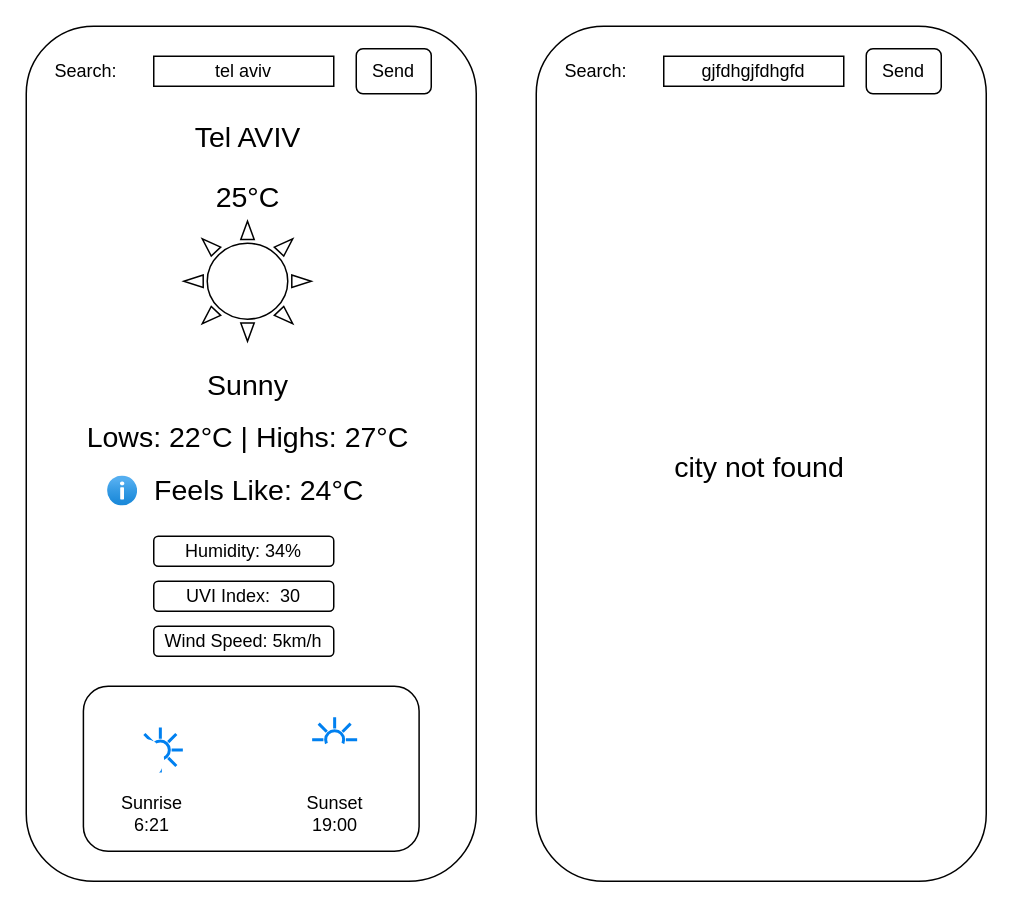
Gallucky/HackerU-Gal-Ben-Abu-s-Portfilio-Project keeps this draw.io diagram as page "Copy of Page-1" (2 of 2) of JS Projects/weather_cast/weather.drawio. Above is the earlier version. Source tidied: cells renumbered, new cells numbered last; positions are measured from the earlier drawing's top-left corner, leaving out a move shared by most shapes. Both pictures are drawn from the tidied source at 150%, with x=0, y=0 at pixel (26, 26).
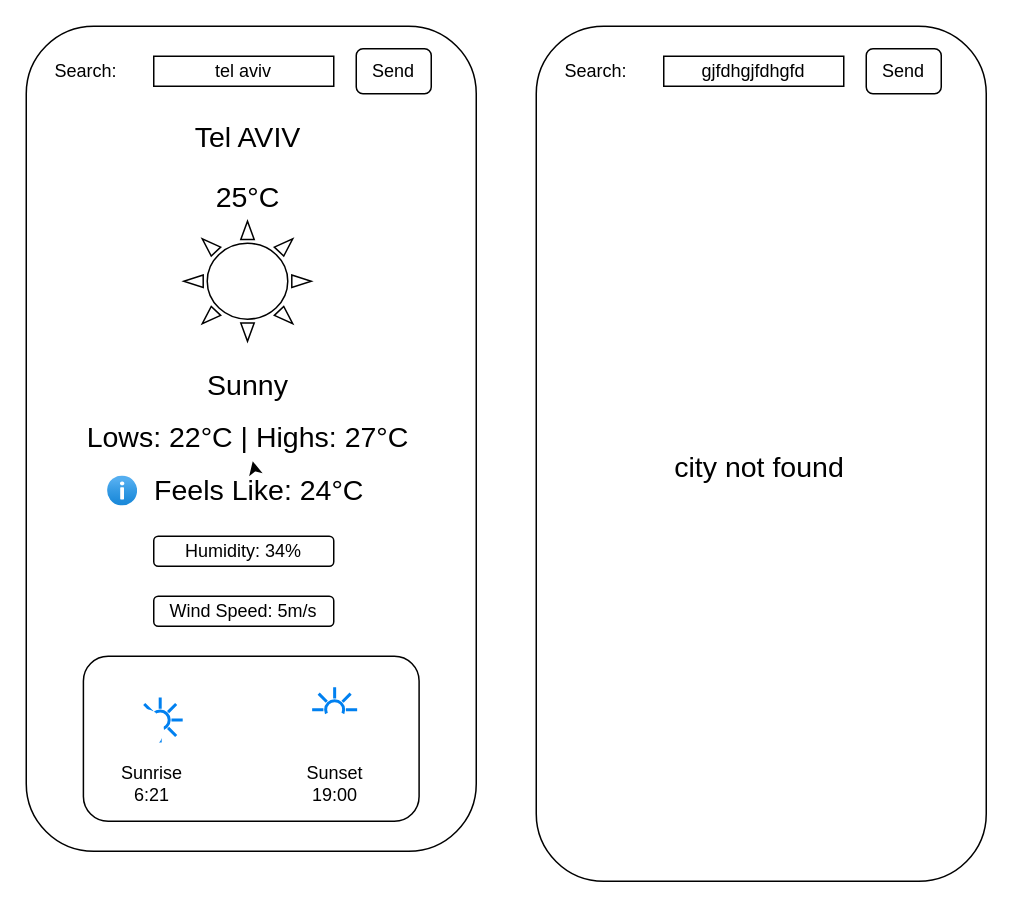
The same page after the edit.

Commit message (it also covers changes not shown here):
Weather Cast #3: Continued work...

The change refers to these unchanged cells:
```xml
<mxCell id="15" value="Lows: 22°C | Highs: 27°C" style="text;strokeColor=none;align=center;fillColor=none;html=1;verticalAlign=middle;whiteSpace=wrap;rounded=0;fontSize=19;" parent="1" vertex="1">
  <mxGeometry x="32.5" y="260" width="230" height="30" as="geometry" />
</mxCell>
```

Change to the diagram source:
```diff
@@
     <mxCell id="2" style="rounded=1;whiteSpace=wrap;html=1;" parent="1" vertex="1">
-      <mxGeometry width="300" height="570" as="geometry" />
+      <mxGeometry width="300" height="550" as="geometry" />
     </mxCell>
@@
+    <mxCell id="23" value="Humidity: 34%" style="rounded=1;whiteSpace=wrap;html=1;" parent="1" vertex="1">
+      <mxGeometry x="85" y="340" width="120" height="20" as="geometry" />
+    </mxCell>
+    <mxCell id="25" value="Wind Speed: 5m/s" style="rounded=1;whiteSpace=wrap;html=1;" parent="1" vertex="1">
+      <mxGeometry x="85" y="380" width="120" height="20" as="geometry" />
+    </mxCell>
+    <mxCell id="26" style="html=1;align=center;image;fontSize=12;image=img/lib/azure2/general/Information.svg;" parent="1" vertex="1">
+      <mxGeometry x="54.4" y="300" width="20" height="20" as="geometry" />
+    </mxCell>
+    <mxCell id="28" style="edgeStyle=none;html=1;" parent="1" edge="1" source="27" target="15">
+      <mxGeometry relative="1" as="geometry" />
+    </mxCell>
+    <mxCell id="27" value="&lt;span style=&quot;font-size: 19px;&quot;&gt;Feels Like: 24°C&lt;/span&gt;" style="text;html=1;strokeColor=none;fillColor=none;align=center;verticalAlign=middle;whiteSpace=wrap;rounded=0;" parent="1" vertex="1">
+      <mxGeometry x="74.4" y="295" width="162.5" height="30" as="geometry" />
+    </mxCell>
+    <mxCell id="29" style="group;" parent="1" vertex="1">
+      <mxGeometry x="38.1" y="420" width="223.8" height="110" as="geometry" />
+    </mxCell>
-    <mxCell id="16" style="rounded=1;whiteSpace=wrap;html=1;" parent="1" vertex="1">
-      <mxGeometry x="38.1" y="440" width="223.8" height="110" as="geometry" />
+    <mxCell id="16" style="rounded=1;whiteSpace=wrap;html=1;" parent="29" vertex="1">
+      <mxGeometry width="223.8" height="110" as="geometry" />
     </mxCell>
-    <mxCell id="17" value="Sunrise&lt;br&gt;6:21" style="text;html=1;strokeColor=none;fillColor=none;align=center;verticalAlign=middle;whiteSpace=wrap;rounded=0;" parent="1" vertex="1">
-      <mxGeometry x="54.4" y="510" width="60" height="30" as="geometry" />
+    <mxCell id="17" value="Sunrise&lt;br&gt;6:21" style="text;html=1;strokeColor=none;fillColor=none;align=center;verticalAlign=middle;whiteSpace=wrap;rounded=0;" parent="29" vertex="1">
+      <mxGeometry x="16.2" y="70" width="60" height="30" as="geometry" />
     </mxCell>
-    <mxCell id="18" value="Sunset&lt;br&gt;19:00" style="text;html=1;strokeColor=none;fillColor=none;align=center;verticalAlign=middle;whiteSpace=wrap;rounded=0;" parent="1" vertex="1">
-      <mxGeometry x="175.6" y="510" width="60" height="30" as="geometry" />
+    <mxCell id="18" value="Sunset&lt;br&gt;19:00" style="text;html=1;strokeColor=none;fillColor=none;align=center;verticalAlign=middle;whiteSpace=wrap;rounded=0;" parent="29" vertex="1">
+      <mxGeometry x="137.5" y="70" width="60" height="30" as="geometry" />
     </mxCell>
-    <mxCell id="19" style="html=1;verticalLabelPosition=bottom;align=center;labelBackgroundColor=#ffffff;verticalAlign=top;strokeWidth=2;strokeColor=#0080F0;shadow=0;dashed=0;shape=mxgraph.ios7.icons.sun;" parent="1" vertex="1">
-      <mxGeometry x="74.4" y="467.5" width="30" height="30" as="geometry" />
+    <mxCell id="19" style="html=1;verticalLabelPosition=bottom;align=center;labelBackgroundColor=#ffffff;verticalAlign=top;strokeWidth=2;strokeColor=#0080F0;shadow=0;dashed=0;shape=mxgraph.ios7.icons.sun;" parent="29" vertex="1">
+      <mxGeometry x="36.2" y="27.5" width="30" height="30" as="geometry" />
     </mxCell>
-    <mxCell id="20" style="html=1;verticalLabelPosition=bottom;align=center;labelBackgroundColor=#ffffff;verticalAlign=top;strokeWidth=2;strokeColor=#0080F0;shadow=0;dashed=0;shape=mxgraph.ios7.icons.sun;" parent="1" vertex="1">
-      <mxGeometry x="190.6" y="460.6" width="30" height="30" as="geometry" />
+    <mxCell id="20" style="html=1;verticalLabelPosition=bottom;align=center;labelBackgroundColor=#ffffff;verticalAlign=top;strokeWidth=2;strokeColor=#0080F0;shadow=0;dashed=0;shape=mxgraph.ios7.icons.sun;" parent="29" vertex="1">
+      <mxGeometry x="152.5" y="20.6" width="30" height="30" as="geometry" />
     </mxCell>
-    <mxCell id="21" style="ellipse;whiteSpace=wrap;html=1;strokeColor=none;" parent="1" vertex="1">
-      <mxGeometry x="64.4" y="475" width="27.5" height="27.5" as="geometry" />
+    <mxCell id="21" style="ellipse;whiteSpace=wrap;html=1;strokeColor=none;" parent="29" vertex="1">
+      <mxGeometry x="26.2" y="35" width="27.5" height="27.5" as="geometry" />
     </mxCell>
-    <mxCell id="22" style="ellipse;whiteSpace=wrap;html=1;strokeColor=none;" parent="1" vertex="1">
-      <mxGeometry x="191.9" y="476.9" width="27.5" height="27.5" as="geometry" />
+    <mxCell id="22" style="ellipse;whiteSpace=wrap;html=1;strokeColor=none;" parent="29" vertex="1">
+      <mxGeometry x="153.8" y="36.9" width="27.5" height="27.5" as="geometry" />
     </mxCell>
-    <mxCell id="23" value="Humidity: 34%" style="rounded=1;whiteSpace=wrap;html=1;" parent="1" vertex="1">
-      <mxGeometry x="85" y="340" width="120" height="20" as="geometry" />
-    </mxCell>
-    <mxCell id="24" value="UVI Index:&amp;nbsp; 30" style="rounded=1;whiteSpace=wrap;html=1;" parent="1" vertex="1">
-      <mxGeometry x="85" y="370" width="120" height="20" as="geometry" />
-    </mxCell>
-    <mxCell id="25" value="Wind Speed: 5km/h" style="rounded=1;whiteSpace=wrap;html=1;" parent="1" vertex="1">
-      <mxGeometry x="85" y="400" width="120" height="20" as="geometry" />
-    </mxCell>
-    <mxCell id="26" style="html=1;align=center;image;fontSize=12;image=img/lib/azure2/general/Information.svg;" parent="1" vertex="1">
-      <mxGeometry x="54.4" y="300" width="20" height="20" as="geometry" />
-    </mxCell>
-    <mxCell id="27" value="&lt;span style=&quot;font-size: 19px;&quot;&gt;Feels Like: 24°C&lt;/span&gt;" style="text;html=1;strokeColor=none;fillColor=none;align=center;verticalAlign=middle;whiteSpace=wrap;rounded=0;" parent="1" vertex="1">
-      <mxGeometry x="74.4" y="295" width="162.5" height="30" as="geometry" />
-    </mxCell>
```
